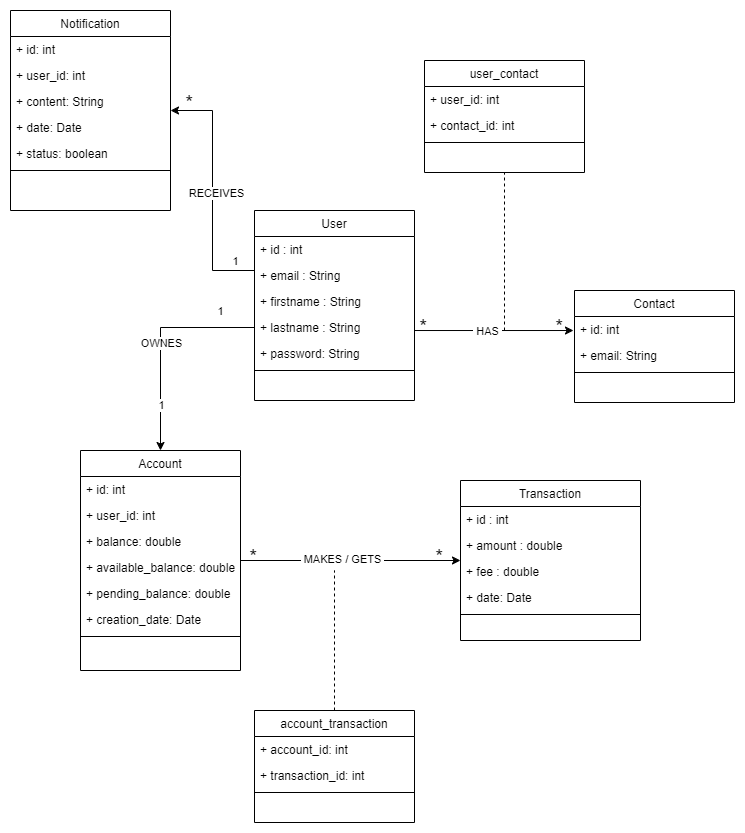
The-Great-Toad/paymybuddy keeps this draw.io diagram as bdd/uml/PMB_diagramme-de-classe.drawio.png. Above is the earlier version. Source tidied: cells renumbered, new cells last; positions are measured from the earlier drawing's top-left corner, leaving out a move shared by most shapes.
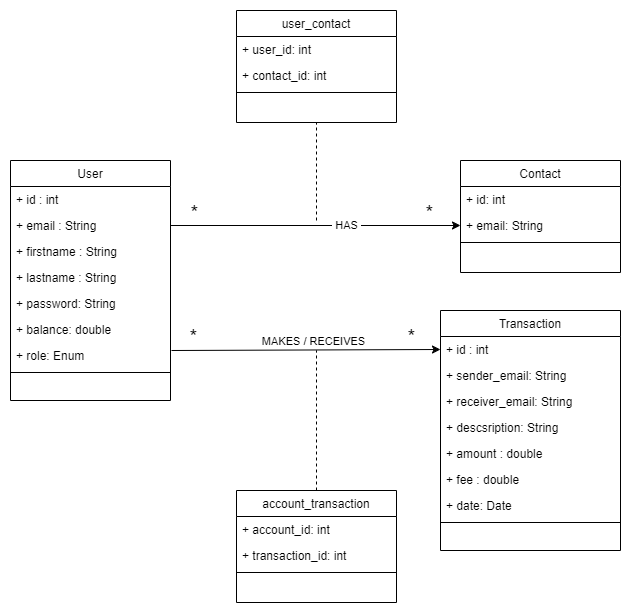
After the change.

The edit, as a diff of the source:
```diff
@@ -2,24 +2,8 @@
   <root>
     <mxCell id="0" />
     <mxCell id="1" parent="0" />
-    <mxCell id="2" style="edgeStyle=orthogonalEdgeStyle;rounded=0;jettySize=auto;html=1;" parent="1" edge="1" source="5" target="30">
-      <mxGeometry relative="1" as="geometry">
-        <Array as="points">
-          <mxPoint x="202" y="260" />
-          <mxPoint x="202" y="100" />
-        </Array>
-      </mxGeometry>
-    </mxCell>
-    <mxCell id="3" value="RECEIVES" style="edgeLabel;html=1;align=center;verticalAlign=middle;" parent="2" vertex="1">
-      <mxGeometry x="-0.01" y="-3" relative="1" as="geometry" />
-    </mxCell>
-    <mxCell id="4" value="1" style="edgeLabel;html=1;align=center;verticalAlign=middle;" parent="2" vertex="1">
-      <mxGeometry x="-0.78" y="2" relative="1" as="geometry">
-        <mxPoint x="7" y="-12" as="offset" />
-      </mxGeometry>
-    </mxCell>
     <mxCell id="5" value="User" style="swimlane;fontStyle=0;align=center;verticalAlign=top;horizontal=1;startSize=26;rounded=0;shadow=0;strokeWidth=1;" parent="1" vertex="1">
-      <mxGeometry x="244" y="200" width="160" height="190" as="geometry" />
+      <mxGeometry x="10" y="210" width="160" height="240" as="geometry" />
     </mxCell>
     <mxCell id="6" value="+ id : int&#10;" style="text;align=left;verticalAlign=top;spacingLeft=4;spacingRight=4;overflow=hidden;" parent="5" vertex="1">
       <mxGeometry y="26" width="160" height="26" as="geometry" />
@@ -36,53 +20,44 @@
     <mxCell id="10" value="+ password: String" style="text;align=left;verticalAlign=top;spacingLeft=4;spacingRight=4;overflow=hidden;rounded=0;shadow=0;html=0;" parent="5" vertex="1">
       <mxGeometry y="130" width="160" height="26" as="geometry" />
     </mxCell>
+    <mxCell id="21" value="+ balance: double" style="text;align=left;verticalAlign=top;spacingLeft=4;spacingRight=4;overflow=hidden;rounded=0;shadow=0;html=0;" parent="5" vertex="1">
+      <mxGeometry y="156" width="160" height="26" as="geometry" />
+    </mxCell>
+    <mxCell id="60" value="+ role: Enum" style="text;align=left;verticalAlign=top;spacingLeft=4;spacingRight=4;overflow=hidden;rounded=0;shadow=0;html=0;" parent="5" vertex="1">
+      <mxGeometry y="182" width="160" height="26" as="geometry" />
+    </mxCell>
     <mxCell id="11" style="line;html=1;strokeWidth=1;align=left;verticalAlign=middle;spacingTop=-1;spacingLeft=3;spacingRight=3;labelPosition=right;" parent="5" vertex="1">
-      <mxGeometry y="156" width="160" height="8" as="geometry" />
+      <mxGeometry y="208" width="160" height="8" as="geometry" />
     </mxCell>
     <mxCell id="12" value="Transaction" style="swimlane;fontStyle=0;align=center;verticalAlign=top;horizontal=1;startSize=26;rounded=0;shadow=0;strokeWidth=1;" parent="1" vertex="1">
-      <mxGeometry x="450" y="470" width="180" height="160" as="geometry" />
+      <mxGeometry x="440" y="360" width="180" height="240" as="geometry" />
     </mxCell>
     <mxCell id="13" value="+ id : int" style="text;align=left;verticalAlign=top;spacingLeft=4;spacingRight=4;overflow=hidden;points=[[0,0.5],[1,0.5]];portConstraint=eastwest;" parent="12" vertex="1">
       <mxGeometry y="26" width="180" height="26" as="geometry" />
     </mxCell>
+    <mxCell id="61" value="+ sender_email: String" style="text;align=left;verticalAlign=top;spacingLeft=4;spacingRight=4;overflow=hidden;rounded=0;shadow=0;html=0;" parent="12" vertex="1">
+      <mxGeometry y="52" width="180" height="26" as="geometry" />
+    </mxCell>
+    <mxCell id="62" value="+ receiver_email: String" style="text;align=left;verticalAlign=top;spacingLeft=4;spacingRight=4;overflow=hidden;rounded=0;shadow=0;html=0;" parent="12" vertex="1">
+      <mxGeometry y="78" width="180" height="26" as="geometry" />
+    </mxCell>
+    <mxCell id="63" value="+ descsription: String" style="text;align=left;verticalAlign=top;spacingLeft=4;spacingRight=4;overflow=hidden;rounded=0;shadow=0;html=0;" parent="12" vertex="1">
+      <mxGeometry y="104" width="180" height="26" as="geometry" />
+    </mxCell>
     <mxCell id="14" value="+ amount : double" style="text;align=left;verticalAlign=top;spacingLeft=4;spacingRight=4;overflow=hidden;rounded=0;shadow=0;html=0;" parent="12" vertex="1">
-      <mxGeometry y="52" width="180" height="26" as="geometry" />
+      <mxGeometry y="130" width="180" height="26" as="geometry" />
     </mxCell>
     <mxCell id="15" value="+ fee : double" style="text;align=left;verticalAlign=top;spacingLeft=4;spacingRight=4;overflow=hidden;rounded=0;shadow=0;html=0;" parent="12" vertex="1">
-      <mxGeometry y="78" width="180" height="26" as="geometry" />
+      <mxGeometry y="156" width="180" height="26" as="geometry" />
     </mxCell>
     <mxCell id="16" value="+ date: Date" style="text;align=left;verticalAlign=top;spacingLeft=4;spacingRight=4;overflow=hidden;rounded=0;shadow=0;html=0;" parent="12" vertex="1">
-      <mxGeometry y="104" width="180" height="26" as="geometry" />
+      <mxGeometry y="182" width="180" height="26" as="geometry" />
     </mxCell>
     <mxCell id="17" style="line;html=1;strokeWidth=1;align=left;verticalAlign=middle;spacingTop=-1;spacingLeft=3;spacingRight=3;labelPosition=right;" parent="12" vertex="1">
-      <mxGeometry y="130" width="180" height="8" as="geometry" />
+      <mxGeometry y="208" width="180" height="8" as="geometry" />
     </mxCell>
-    <mxCell id="18" value="Account" style="swimlane;fontStyle=0;align=center;verticalAlign=top;horizontal=1;startSize=26;rounded=0;shadow=0;strokeWidth=1;" parent="1" vertex="1">
-      <mxGeometry x="70" y="440" width="160" height="220" as="geometry" />
-    </mxCell>
-    <mxCell id="19" value="+ id: int" style="text;align=left;verticalAlign=top;spacingLeft=4;spacingRight=4;overflow=hidden;" parent="18" vertex="1">
-      <mxGeometry y="26" width="160" height="26" as="geometry" />
-    </mxCell>
-    <mxCell id="20" value="+ user_id: int" style="text;align=left;verticalAlign=top;spacingLeft=4;spacingRight=4;overflow=hidden;rounded=0;shadow=0;html=0;" parent="18" vertex="1">
-      <mxGeometry y="52" width="160" height="26" as="geometry" />
-    </mxCell>
-    <mxCell id="21" value="+ balance: double" style="text;align=left;verticalAlign=top;spacingLeft=4;spacingRight=4;overflow=hidden;rounded=0;shadow=0;html=0;" parent="18" vertex="1">
-      <mxGeometry y="78" width="160" height="26" as="geometry" />
-    </mxCell>
-    <mxCell id="22" value="+ available_balance: double" style="text;align=left;verticalAlign=top;spacingLeft=4;spacingRight=4;overflow=hidden;points=[[0,0.5],[1,0.5]];portConstraint=eastwest;rounded=0;shadow=0;html=0;" parent="18" vertex="1">
-      <mxGeometry y="104" width="160" height="26" as="geometry" />
-    </mxCell>
-    <mxCell id="23" value="+ pending_balance: double" style="text;align=left;verticalAlign=top;spacingLeft=4;spacingRight=4;overflow=hidden;rounded=0;shadow=0;html=0;" parent="18" vertex="1">
-      <mxGeometry y="130" width="160" height="26" as="geometry" />
-    </mxCell>
-    <mxCell id="24" value="+ creation_date: Date" style="text;align=left;verticalAlign=top;spacingLeft=4;spacingRight=4;overflow=hidden;rounded=0;shadow=0;html=0;" parent="18" vertex="1">
-      <mxGeometry y="156" width="160" height="26" as="geometry" />
-    </mxCell>
-    <mxCell id="25" style="line;html=1;strokeWidth=1;align=left;verticalAlign=middle;spacingTop=-1;spacingLeft=3;spacingRight=3;labelPosition=right;" parent="18" vertex="1">
-      <mxGeometry y="182" width="160" height="8" as="geometry" />
-    </mxCell>
     <mxCell id="26" value="Contact" style="swimlane;fontStyle=0;align=center;verticalAlign=top;horizontal=1;startSize=26;rounded=0;shadow=0;strokeWidth=1;" parent="1" vertex="1">
-      <mxGeometry x="564" y="280" width="160" height="112" as="geometry" />
+      <mxGeometry x="460" y="210" width="160" height="112" as="geometry" />
     </mxCell>
     <mxCell id="27" value="+ id: int" style="text;align=left;verticalAlign=top;spacingLeft=4;spacingRight=4;overflow=hidden;" parent="26" vertex="1">
       <mxGeometry y="26" width="160" height="26" as="geometry" />
@@ -93,53 +68,13 @@
     <mxCell id="29" style="line;html=1;strokeWidth=1;align=left;verticalAlign=middle;spacingTop=-1;spacingLeft=3;spacingRight=3;labelPosition=right;" parent="26" vertex="1">
       <mxGeometry y="78" width="160" height="8" as="geometry" />
     </mxCell>
-    <mxCell id="30" value="Notification" style="swimlane;fontStyle=0;align=center;verticalAlign=top;horizontal=1;startSize=26;rounded=0;shadow=0;strokeWidth=1;" parent="1" vertex="1">
-      <mxGeometry width="160" height="200" as="geometry" />
-    </mxCell>
-    <mxCell id="31" value="+ id: int" style="text;align=left;verticalAlign=top;spacingLeft=4;spacingRight=4;overflow=hidden;" parent="30" vertex="1">
-      <mxGeometry y="26" width="160" height="26" as="geometry" />
-    </mxCell>
-    <mxCell id="32" value="+ user_id: int" style="text;align=left;verticalAlign=top;spacingLeft=4;spacingRight=4;overflow=hidden;rounded=0;shadow=0;html=0;" parent="30" vertex="1">
-      <mxGeometry y="52" width="160" height="26" as="geometry" />
-    </mxCell>
-    <mxCell id="33" value="+ content: String" style="text;align=left;verticalAlign=top;spacingLeft=4;spacingRight=4;overflow=hidden;rounded=0;shadow=0;html=0;" parent="30" vertex="1">
-      <mxGeometry y="78" width="160" height="26" as="geometry" />
-    </mxCell>
-    <mxCell id="34" value="+ date: Date" style="text;align=left;verticalAlign=top;spacingLeft=4;spacingRight=4;overflow=hidden;rounded=0;shadow=0;html=0;" parent="30" vertex="1">
-      <mxGeometry y="104" width="160" height="26" as="geometry" />
-    </mxCell>
-    <mxCell id="35" value="+ status: boolean" style="text;align=left;verticalAlign=top;spacingLeft=4;spacingRight=4;overflow=hidden;rounded=0;shadow=0;html=0;" parent="30" vertex="1">
-      <mxGeometry y="130" width="160" height="26" as="geometry" />
-    </mxCell>
-    <mxCell id="36" style="line;html=1;strokeWidth=1;align=left;verticalAlign=middle;spacingTop=-1;spacingLeft=3;spacingRight=3;labelPosition=right;" parent="30" vertex="1">
-      <mxGeometry y="156" width="160" height="8" as="geometry" />
-    </mxCell>
-    <mxCell id="37" style="edgeStyle=orthogonalEdgeStyle;rounded=0;orthogonalLoop=1;jettySize=auto;html=1;entryX=-0.006;entryY=0.098;entryDx=0;entryDy=0;entryPerimeter=0;" parent="1" edge="1">
-      <mxGeometry relative="1" as="geometry">
-        <mxPoint x="404" y="320" as="sourcePoint" />
-        <mxPoint x="563" y="320" as="targetPoint" />
-      </mxGeometry>
-    </mxCell>
-    <mxCell id="38" value="&amp;nbsp;HAS&amp;nbsp;" style="edgeLabel;html=1;align=center;verticalAlign=middle;" parent="37" vertex="1">
-      <mxGeometry x="-0.1" relative="1" as="geometry" />
-    </mxCell>
-    <mxCell id="39" value="*" style="align=right;verticalAlign=bottom;labelBackgroundColor=none;fontSize=20;" parent="1" vertex="1">
-      <mxGeometry x="414" y="330" as="geometry">
-        <mxPoint x="4" y="-2" as="offset" />
-      </mxGeometry>
-    </mxCell>
-    <mxCell id="40" value="*" style="align=right;verticalAlign=bottom;labelBackgroundColor=none;fontSize=20;" parent="1" vertex="1">
-      <mxGeometry x="550" y="330" as="geometry">
-        <mxPoint x="4" y="-2" as="offset" />
-      </mxGeometry>
-    </mxCell>
     <mxCell id="41" style="endArrow=none;dashed=1;html=1;rounded=0;entryX=0.5;entryY=1;entryDx=0;entryDy=0;" parent="1" edge="1" target="42">
       <mxGeometry relative="1" as="geometry">
-        <mxPoint x="494" y="320" as="sourcePoint" />
+        <mxPoint x="316" y="270" as="sourcePoint" />
       </mxGeometry>
     </mxCell>
     <mxCell id="42" value="user_contact" style="swimlane;fontStyle=0;align=center;verticalAlign=top;horizontal=1;startSize=26;rounded=0;shadow=0;strokeWidth=1;" parent="1" vertex="1">
-      <mxGeometry x="414" y="50" width="160" height="112" as="geometry" />
+      <mxGeometry x="236" y="60" width="160" height="112" as="geometry" />
     </mxCell>
     <mxCell id="43" value="+ user_id: int" style="text;align=left;verticalAlign=top;spacingLeft=4;spacingRight=4;overflow=hidden;" parent="42" vertex="1">
       <mxGeometry y="26" width="160" height="26" as="geometry" />
@@ -150,49 +85,13 @@
     <mxCell id="45" style="line;html=1;strokeWidth=1;align=left;verticalAlign=middle;spacingTop=-1;spacingLeft=3;spacingRight=3;labelPosition=right;" parent="42" vertex="1">
       <mxGeometry y="78" width="160" height="8" as="geometry" />
     </mxCell>
-    <mxCell id="46" style="edgeStyle=orthogonalEdgeStyle;rounded=0;jettySize=auto;html=1;exitX=0;exitY=0.5;exitDx=0;exitDy=0;entryX=0.5;entryY=0;entryDx=0;entryDy=0;" parent="1" edge="1" source="9" target="18">
-      <mxGeometry relative="1" as="geometry" />
-    </mxCell>
-    <mxCell id="47" value="&amp;nbsp;OWNES&amp;nbsp;" style="edgeLabel;html=1;align=center;verticalAlign=middle;" parent="46" vertex="1">
-      <mxGeometry x="0.01" relative="1" as="geometry" />
-    </mxCell>
-    <mxCell id="48" value="1" style="edgeLabel;html=1;align=center;verticalAlign=middle;" parent="46" vertex="1">
-      <mxGeometry x="0.74" relative="1" as="geometry">
-        <mxPoint y="-17" as="offset" />
-      </mxGeometry>
-    </mxCell>
-    <mxCell id="49" value="1" style="edgeLabel;html=1;align=center;verticalAlign=middle;" parent="46" vertex="1">
-      <mxGeometry x="-0.68" y="-1" relative="1" as="geometry">
-        <mxPoint y="-16" as="offset" />
-      </mxGeometry>
-    </mxCell>
-    <mxCell id="50" style="edgeStyle=orthogonalEdgeStyle;rounded=0;jettySize=auto;html=1;exitX=1;exitY=0.5;exitDx=0;exitDy=0;" parent="1" edge="1" source="22" target="12">
-      <mxGeometry relative="1" as="geometry">
-        <Array as="points">
-          <mxPoint x="230" y="550" />
-        </Array>
-      </mxGeometry>
-    </mxCell>
-    <mxCell id="51" value="&amp;nbsp;MAKES / GETS&amp;nbsp;" style="edgeLabel;html=1;align=center;verticalAlign=middle;" parent="50" vertex="1">
-      <mxGeometry x="-0.05" y="2" relative="1" as="geometry" />
-    </mxCell>
-    <mxCell id="52" value="*" style="align=right;verticalAlign=bottom;labelBackgroundColor=none;fontSize=20;" parent="1" vertex="1">
-      <mxGeometry x="244" y="560" as="geometry">
-        <mxPoint x="4" y="-2" as="offset" />
-      </mxGeometry>
-    </mxCell>
-    <mxCell id="53" value="*" style="align=right;verticalAlign=bottom;labelBackgroundColor=none;fontSize=20;" parent="1" vertex="1">
-      <mxGeometry x="430" y="560" as="geometry">
-        <mxPoint x="4" y="-2" as="offset" />
-      </mxGeometry>
-    </mxCell>
     <mxCell id="54" style="endArrow=none;dashed=1;html=1;rounded=0;exitX=0.5;exitY=0;exitDx=0;exitDy=0;" parent="1" edge="1" source="55">
       <mxGeometry relative="1" as="geometry">
-        <mxPoint x="324" y="560" as="targetPoint" />
+        <mxPoint x="316" y="400" as="targetPoint" />
       </mxGeometry>
     </mxCell>
     <mxCell id="55" value="account_transaction" style="swimlane;fontStyle=0;align=center;verticalAlign=top;horizontal=1;startSize=26;rounded=0;shadow=0;strokeWidth=1;" parent="1" vertex="1">
-      <mxGeometry x="244" y="700" width="160" height="112" as="geometry" />
+      <mxGeometry x="236" y="540" width="160" height="112" as="geometry" />
     </mxCell>
     <mxCell id="56" value="+ account_id: int" style="text;align=left;verticalAlign=top;spacingLeft=4;spacingRight=4;overflow=hidden;" parent="55" vertex="1">
       <mxGeometry y="26" width="160" height="26" as="geometry" />
@@ -203,10 +102,43 @@
     <mxCell id="58" style="line;html=1;strokeWidth=1;align=left;verticalAlign=middle;spacingTop=-1;spacingLeft=3;spacingRight=3;labelPosition=right;" parent="55" vertex="1">
       <mxGeometry y="78" width="160" height="8" as="geometry" />
     </mxCell>
-    <mxCell id="59" value="*" style="align=right;verticalAlign=bottom;labelBackgroundColor=none;fontSize=20;" parent="1" vertex="1">
-      <mxGeometry x="180" y="106" as="geometry">
-        <mxPoint x="4" y="-2" as="offset" />
-      </mxGeometry>
-    </mxCell>
+    <mxCell id="64" style="endArrow=classic;html=1;rounded=0;exitX=1;exitY=0.5;exitDx=0;exitDy=0;entryX=0;entryY=0.5;entryDx=0;entryDy=0;fontSize=20;" parent="1" edge="1" source="7" target="28">
+      <mxGeometry relative="1" as="geometry" />
+    </mxCell>
+    <mxCell id="38" value="&amp;nbsp;HAS&amp;nbsp;" style="edgeLabel;html=1;align=center;verticalAlign=middle;" parent="64" vertex="1">
+      <mxGeometry x="0.12" y="-1" relative="1" as="geometry">
+        <mxPoint x="12" y="-2" as="offset" />
+      </mxGeometry>
+    </mxCell>
+    <mxCell id="65" value="&amp;nbsp;*&amp;nbsp;" style="edgeLabel;html=1;align=center;verticalAlign=middle;fontSize=20;" parent="64" vertex="1">
+      <mxGeometry x="-0.84" y="-3" relative="1" as="geometry">
+        <mxPoint y="-17" as="offset" />
+      </mxGeometry>
+    </mxCell>
+    <mxCell id="66" value="&amp;nbsp;*&amp;nbsp;" style="edgeLabel;html=1;align=center;verticalAlign=middle;fontSize=20;" parent="64" vertex="1">
+      <mxGeometry x="0.78" y="-2" relative="1" as="geometry">
+        <mxPoint y="-16" as="offset" />
+      </mxGeometry>
+    </mxCell>
+    <mxCell id="67" style="endArrow=classic;html=1;rounded=0;exitX=1;exitY=0.5;exitDx=0;exitDy=0;fontSize=20;entryX=0;entryY=0.5;entryDx=0;entryDy=0;" parent="1" edge="1" target="13">
+      <mxGeometry relative="1" as="geometry">
+        <mxPoint x="171" y="400" as="sourcePoint" />
+      </mxGeometry>
+    </mxCell>
+    <mxCell id="68" value="&amp;nbsp;MAKES / RECEIVES&amp;nbsp;" style="edgeLabel;html=1;align=center;verticalAlign=middle;" parent="67" vertex="1">
+      <mxGeometry x="0.12" y="-1" relative="1" as="geometry">
+        <mxPoint x="-10" y="-10" as="offset" />
+      </mxGeometry>
+    </mxCell>
+    <mxCell id="69" value="&amp;nbsp;*&amp;nbsp;" style="edgeLabel;html=1;align=center;verticalAlign=middle;fontSize=20;" parent="67" vertex="1">
+      <mxGeometry x="-0.84" y="-3" relative="1" as="geometry">
+        <mxPoint y="-17" as="offset" />
+      </mxGeometry>
+    </mxCell>
+    <mxCell id="70" value="&amp;nbsp;*&amp;nbsp;" style="edgeLabel;html=1;align=center;verticalAlign=middle;fontSize=20;" parent="67" vertex="1">
+      <mxGeometry x="0.78" y="-2" relative="1" as="geometry">
+        <mxPoint y="-16" as="offset" />
+      </mxGeometry>
+    </mxCell>
   </root>
 </mxGraphModel>
```
